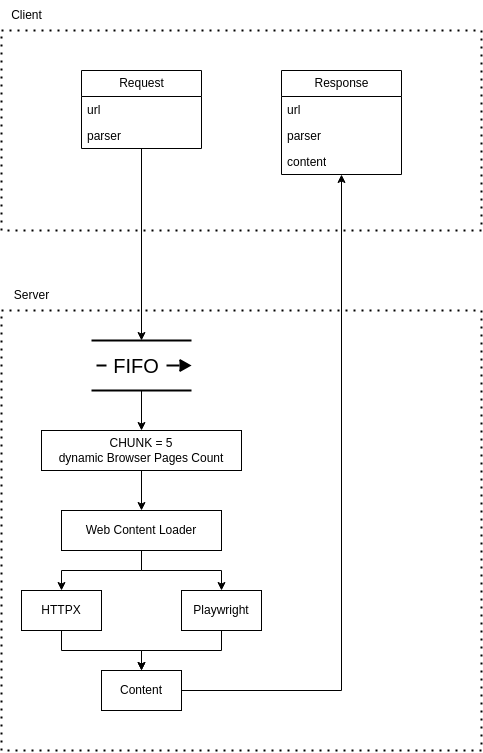
The draw.io diagram _readme/Diagram.drawio.png in ames0k0/url-to-web-content, before a commit. Source tidied: cells renumbered, new cells last; positions are measured from the earlier drawing's top-left corner, leaving out a move shared by most shapes.
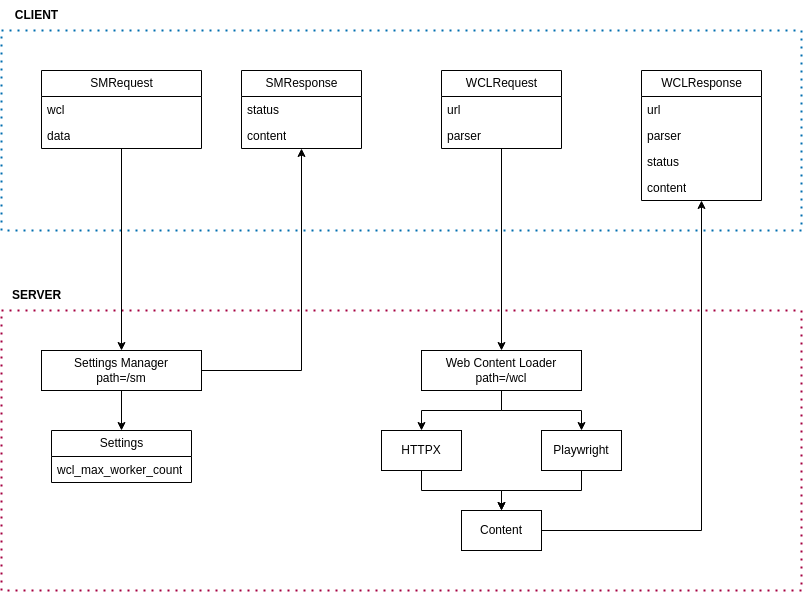
After the commit.

The edit, as a diff of the source:
```diff
@@ -8,32 +8,32 @@
     <mxCell id="3" style="edgeStyle=orthogonalEdgeStyle;rounded=0;jettySize=auto;html=1;" parent="1" edge="1" source="4" target="10">
       <mxGeometry relative="1" as="geometry" />
     </mxCell>
-    <mxCell id="4" value="Web Content Loader" style="whiteSpace=wrap;html=1;" parent="1" vertex="1">
-      <mxGeometry x="60" y="510" width="160" height="40" as="geometry" />
+    <mxCell id="4" value="Web Content Loader&lt;div&gt;path=/wcl&lt;/div&gt;" style="whiteSpace=wrap;html=1;" parent="1" vertex="1">
+      <mxGeometry x="260" y="350" width="160" height="40" as="geometry" />
     </mxCell>
     <mxCell id="5" style="edgeStyle=orthogonalEdgeStyle;rounded=0;jettySize=auto;html=1;" parent="1" edge="1" source="6" target="21">
       <mxGeometry relative="1" as="geometry" />
     </mxCell>
     <mxCell id="6" value="Content" style="whiteSpace=wrap;html=1;" parent="1" vertex="1">
-      <mxGeometry x="100" y="670" width="80" height="40" as="geometry" />
+      <mxGeometry x="300" y="510" width="80" height="40" as="geometry" />
     </mxCell>
     <mxCell id="7" style="edgeStyle=orthogonalEdgeStyle;rounded=0;jettySize=auto;html=1;" parent="1" edge="1" source="8" target="6">
       <mxGeometry relative="1" as="geometry" />
     </mxCell>
     <mxCell id="8" value="HTTPX" style="whiteSpace=wrap;html=1;" parent="1" vertex="1">
-      <mxGeometry x="20" y="590" width="80" height="40" as="geometry" />
+      <mxGeometry x="220" y="430" width="80" height="40" as="geometry" />
     </mxCell>
     <mxCell id="9" style="edgeStyle=orthogonalEdgeStyle;rounded=0;jettySize=auto;html=1;" parent="1" edge="1" source="10" target="6">
       <mxGeometry relative="1" as="geometry" />
     </mxCell>
     <mxCell id="10" value="Playwright" style="whiteSpace=wrap;html=1;" parent="1" vertex="1">
-      <mxGeometry x="180" y="590" width="80" height="40" as="geometry" />
+      <mxGeometry x="380" y="430" width="80" height="40" as="geometry" />
     </mxCell>
-    <mxCell id="11" style="edgeStyle=orthogonalEdgeStyle;rounded=0;jettySize=auto;html=1;" parent="1" edge="1" source="12" target="16">
-      <mxGeometry relative="1" as="geometry" />
-    </mxCell>
+    <mxCell id="27" style="edgeStyle=orthogonalEdgeStyle;rounded=0;jettySize=auto;html=1;" parent="1" edge="1" source="12" target="4">
+      <mxGeometry relative="1" as="geometry" />
+    </mxCell>
-    <mxCell id="12" value="Request" style="swimlane;fontStyle=0;horizontal=1;startSize=26;fillColor=none;html=1;" parent="1" vertex="1">
-      <mxGeometry x="80" y="70" width="120" height="78" as="geometry" />
+    <mxCell id="12" value="WCLRequest" style="swimlane;fontStyle=0;horizontal=1;startSize=26;fillColor=none;html=1;" parent="1" vertex="1">
+      <mxGeometry x="280" y="70" width="120" height="78" as="geometry" />
     </mxCell>
     <mxCell id="13" value="url" style="text;strokeColor=none;fillColor=none;align=left;verticalAlign=top;spacingLeft=4;spacingRight=4;overflow=hidden;whiteSpace=wrap;html=1;" parent="12" vertex="1">
       <mxGeometry y="26" width="120" height="26" as="geometry" />
@@ -41,42 +41,36 @@
     <mxCell id="14" value="parser" style="text;strokeColor=none;fillColor=none;align=left;verticalAlign=top;spacingLeft=4;spacingRight=4;overflow=hidden;whiteSpace=wrap;html=1;" parent="12" vertex="1">
       <mxGeometry y="52" width="120" height="26" as="geometry" />
     </mxCell>
-    <mxCell id="15" style="edgeStyle=orthogonalEdgeStyle;rounded=0;jettySize=auto;html=1;" parent="1" edge="1" source="16" target="26">
-      <mxGeometry relative="1" as="geometry" />
-    </mxCell>
-    <mxCell id="16" value="FIFO&amp;nbsp;&amp;nbsp;" style="strokeWidth=2;html=1;shape=mxgraph.lean_mapping.fifo_sequence_flow;fontStyle=0;fontSize=20;align=center;" parent="1" vertex="1">
-      <mxGeometry x="90" y="340" width="100" height="50" as="geometry" />
-    </mxCell>
-    <mxCell id="17" style="endArrow=none;dashed=1;html=1;dashPattern=1 3;strokeWidth=2;rounded=0;" parent="1" edge="1">
+    <mxCell id="17" style="endArrow=none;dashed=1;html=1;dashPattern=1 3;strokeWidth=2;rounded=0;fillColor=#1ba1e2;strokeColor=#006EAF;" parent="1" edge="1">
       <mxGeometry relative="1" as="geometry">
-        <mxPoint y="30" as="sourcePoint" />
-        <mxPoint y="30" as="targetPoint" />
+        <mxPoint x="-160" y="30" as="sourcePoint" />
+        <mxPoint x="-160" y="30" as="targetPoint" />
         <Array as="points">
-          <mxPoint x="480" y="30" />
-          <mxPoint x="480" y="230" />
-          <mxPoint y="230" />
+          <mxPoint x="640" y="30" />
+          <mxPoint x="640" y="230" />
+          <mxPoint x="-160" y="230" />
         </Array>
       </mxGeometry>
     </mxCell>
-    <mxCell id="18" value="Client" style="text;html=1;align=center;verticalAlign=middle;strokeColor=none;fillColor=none;" parent="1" vertex="1">
-      <mxGeometry width="50" height="30" as="geometry" />
+    <mxCell id="18" value="&lt;b&gt;CLIENT&lt;/b&gt;" style="text;html=1;align=center;verticalAlign=middle;" parent="1" vertex="1">
+      <mxGeometry x="-160" width="70" height="30" as="geometry" />
     </mxCell>
-    <mxCell id="19" style="endArrow=none;dashed=1;html=1;dashPattern=1 3;strokeWidth=2;rounded=0;" parent="1" edge="1">
+    <mxCell id="19" style="endArrow=none;dashed=1;html=1;dashPattern=1 3;strokeWidth=2;rounded=0;fillColor=#d80073;strokeColor=#A50040;" parent="1" edge="1">
       <mxGeometry relative="1" as="geometry">
-        <mxPoint y="310" as="sourcePoint" />
-        <mxPoint y="310" as="targetPoint" />
+        <mxPoint x="-160" y="310" as="sourcePoint" />
+        <mxPoint x="-160" y="310" as="targetPoint" />
         <Array as="points">
-          <mxPoint x="480" y="310" />
-          <mxPoint x="480" y="750" />
-          <mxPoint y="750" />
+          <mxPoint x="640" y="310" />
+          <mxPoint x="640" y="590" />
+          <mxPoint x="-160" y="590" />
         </Array>
       </mxGeometry>
     </mxCell>
-    <mxCell id="20" value="Server" style="text;html=1;align=center;verticalAlign=middle;strokeColor=none;fillColor=none;" parent="1" vertex="1">
-      <mxGeometry y="280" width="60" height="30" as="geometry" />
+    <mxCell id="20" value="&lt;b&gt;SERVER&lt;/b&gt;" style="text;html=1;align=center;verticalAlign=middle;" parent="1" vertex="1">
+      <mxGeometry x="-160" y="280" width="70" height="30" as="geometry" />
     </mxCell>
-    <mxCell id="21" value="Response" style="swimlane;fontStyle=0;horizontal=1;startSize=26;fillColor=none;html=1;" parent="1" vertex="1">
-      <mxGeometry x="280" y="70" width="120" height="104" as="geometry" />
+    <mxCell id="21" value="WCLResponse" style="swimlane;fontStyle=0;horizontal=1;startSize=26;fillColor=none;html=1;" parent="1" vertex="1">
+      <mxGeometry x="480" y="70" width="120" height="130" as="geometry" />
     </mxCell>
     <mxCell id="22" value="url" style="text;strokeColor=none;fillColor=none;align=left;verticalAlign=top;spacingLeft=4;spacingRight=4;overflow=hidden;whiteSpace=wrap;html=1;" parent="21" vertex="1">
       <mxGeometry y="26" width="120" height="26" as="geometry" />
@@ -84,14 +78,47 @@
     <mxCell id="23" value="parser" style="text;strokeColor=none;fillColor=none;align=left;verticalAlign=top;spacingLeft=4;spacingRight=4;overflow=hidden;whiteSpace=wrap;html=1;" parent="21" vertex="1">
       <mxGeometry y="52" width="120" height="26" as="geometry" />
     </mxCell>
+    <mxCell id="28" value="status" style="text;strokeColor=none;fillColor=none;align=left;verticalAlign=top;spacingLeft=4;spacingRight=4;overflow=hidden;whiteSpace=wrap;html=1;" parent="21" vertex="1">
+      <mxGeometry y="78" width="120" height="26" as="geometry" />
+    </mxCell>
     <mxCell id="24" value="content" style="text;strokeColor=none;fillColor=none;align=left;verticalAlign=top;spacingLeft=4;spacingRight=4;overflow=hidden;whiteSpace=wrap;html=1;" parent="21" vertex="1">
-      <mxGeometry y="78" width="120" height="26" as="geometry" />
+      <mxGeometry y="104" width="120" height="26" as="geometry" />
     </mxCell>
-    <mxCell id="25" style="edgeStyle=orthogonalEdgeStyle;rounded=0;jettySize=auto;html=1;" parent="1" edge="1" source="26" target="4">
-      <mxGeometry relative="1" as="geometry" />
-    </mxCell>
-    <mxCell id="26" value="&lt;div&gt;CHUNK = 5&lt;/div&gt;dynamic Browser Pages Count" style="whiteSpace=wrap;html=1;" parent="1" vertex="1">
-      <mxGeometry x="40" y="430" width="200" height="40" as="geometry" />
-    </mxCell>
+    <mxCell id="29" style="edgeStyle=orthogonalEdgeStyle;rounded=0;jettySize=auto;html=1;" parent="1" edge="1" source="30" target="40">
+      <mxGeometry relative="1" as="geometry" />
+    </mxCell>
+    <mxCell id="30" value="SMRequest" style="swimlane;fontStyle=0;horizontal=1;startSize=26;fillColor=none;html=1;" parent="1" vertex="1">
+      <mxGeometry x="-120" y="70" width="160" height="78" as="geometry" />
+    </mxCell>
+    <mxCell id="31" value="wcl" style="text;strokeColor=none;fillColor=none;align=left;verticalAlign=top;spacingLeft=4;spacingRight=4;overflow=hidden;whiteSpace=wrap;html=1;" parent="30" vertex="1">
+      <mxGeometry y="26" width="160" height="26" as="geometry" />
+    </mxCell>
+    <mxCell id="32" value="data" style="text;strokeColor=none;fillColor=none;align=left;verticalAlign=top;spacingLeft=4;spacingRight=4;overflow=hidden;whiteSpace=wrap;html=1;" parent="30" vertex="1">
+      <mxGeometry y="52" width="160" height="26" as="geometry" />
+    </mxCell>
+    <mxCell id="33" value="SMResponse" style="swimlane;fontStyle=0;horizontal=1;startSize=26;fillColor=none;html=1;" parent="1" vertex="1">
+      <mxGeometry x="80" y="70" width="120" height="78" as="geometry" />
+    </mxCell>
+    <mxCell id="34" value="status" style="text;strokeColor=none;fillColor=none;align=left;verticalAlign=top;spacingLeft=4;spacingRight=4;overflow=hidden;whiteSpace=wrap;html=1;" parent="33" vertex="1">
+      <mxGeometry y="26" width="120" height="26" as="geometry" />
+    </mxCell>
+    <mxCell id="35" value="content" style="text;strokeColor=none;fillColor=none;align=left;verticalAlign=top;spacingLeft=4;spacingRight=4;overflow=hidden;whiteSpace=wrap;html=1;" parent="33" vertex="1">
+      <mxGeometry y="52" width="120" height="26" as="geometry" />
+    </mxCell>
+    <mxCell id="36" value="Settings" style="swimlane;fontStyle=0;horizontal=1;startSize=26;fillColor=none;html=1;" parent="1" vertex="1">
+      <mxGeometry x="-110" y="430" width="140" height="52" as="geometry" />
+    </mxCell>
+    <mxCell id="37" value="wcl_max_worker_count" style="text;strokeColor=none;fillColor=none;align=left;verticalAlign=top;spacingLeft=4;spacingRight=4;overflow=hidden;whiteSpace=wrap;html=1;" parent="36" vertex="1">
+      <mxGeometry y="26" width="140" height="26" as="geometry" />
+    </mxCell>
+    <mxCell id="38" style="edgeStyle=orthogonalEdgeStyle;rounded=0;jettySize=auto;html=1;" parent="1" edge="1" source="40" target="36">
+      <mxGeometry relative="1" as="geometry" />
+    </mxCell>
+    <mxCell id="39" style="edgeStyle=orthogonalEdgeStyle;rounded=0;jettySize=auto;html=1;" parent="1" edge="1" source="40" target="33">
+      <mxGeometry relative="1" as="geometry" />
+    </mxCell>
+    <mxCell id="40" value="Settings Manager&lt;div&gt;path=/sm&lt;/div&gt;" style="whiteSpace=wrap;html=1;" parent="1" vertex="1">
+      <mxGeometry x="-120" y="350" width="160" height="40" as="geometry" />
+    </mxCell>
   </root>
 </mxGraphModel>
```
